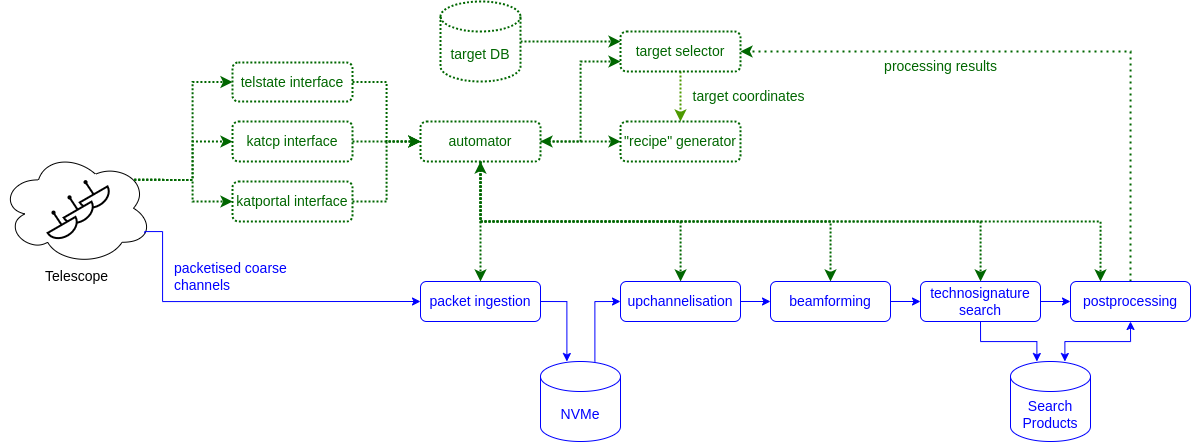
Earlier version of the draw.io export docs/figures/system_diagram.png (UCBerkeleySETI/commensal-automator). Source tidied: cells renumbered, new cells last; positions are measured from the earlier drawing's top-left corner, leaving out a move shared by most shapes.
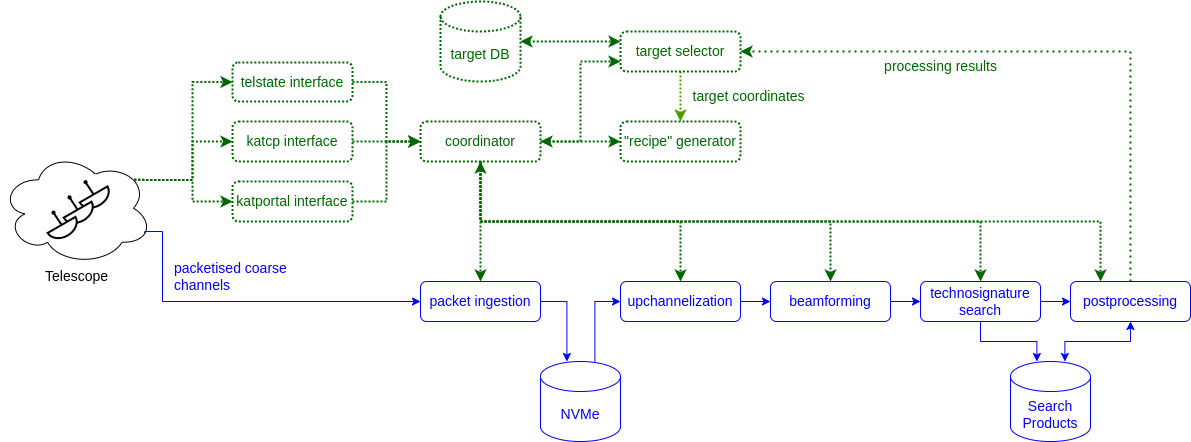
Above is the later version.

Commit message:
System description added.

Diff of the diagram source:
```diff
@@ -28,7 +28,7 @@
     <mxCell id="8" style="edgeStyle=orthogonalEdgeStyle;rounded=0;jettySize=auto;html=1;exitX=1;exitY=0.5;exitDx=0;exitDy=0;entryX=0;entryY=0.5;entryDx=0;entryDy=0;strokeColor=#0000FF;" parent="1" edge="1" source="9" target="11">
       <mxGeometry relative="1" as="geometry" />
     </mxCell>
-    <mxCell id="9" value="&lt;font style=&quot;font-size: 14px;&quot; color=&quot;#0000ff&quot;&gt;upchannelisation&lt;/font&gt;" style="rounded=1;whiteSpace=wrap;html=1;fillColor=none;strokeColor=#0000FF;" parent="1" vertex="1">
+    <mxCell id="9" value="&lt;font style=&quot;font-size: 14px;&quot; color=&quot;#0000ff&quot;&gt;upchannelization&lt;/font&gt;" style="rounded=1;whiteSpace=wrap;html=1;fillColor=none;strokeColor=#0000FF;" parent="1" vertex="1">
       <mxGeometry x="620" y="280" width="120" height="40" as="geometry" />
     </mxCell>
     <mxCell id="10" style="edgeStyle=orthogonalEdgeStyle;rounded=0;jettySize=auto;html=1;exitX=1;exitY=0.5;exitDx=0;exitDy=0;entryX=0;entryY=0.5;entryDx=0;entryDy=0;strokeColor=#0000FF;" parent="1" edge="1" source="11" target="13">
@@ -76,7 +76,7 @@
     <mxCell id="24" style="edgeStyle=orthogonalEdgeStyle;rounded=0;jettySize=auto;html=1;exitX=0.5;exitY=1;exitDx=0;exitDy=0;entryX=0.25;entryY=0;entryDx=0;entryDy=0;startArrow=classic;startFill=1;dashed=1;dashPattern=1 1;strokeColor=#006600;strokeWidth=2;" parent="1" edge="1" source="25" target="15">
       <mxGeometry relative="1" as="geometry" />
     </mxCell>
-    <mxCell id="25" value="&lt;font style=&quot;font-size: 14px;&quot; color=&quot;#006600&quot;&gt;automator&lt;/font&gt;" style="rounded=1;whiteSpace=wrap;html=1;fillColor=none;strokeColor=#006600;strokeWidth=2;dashed=1;dashPattern=1 1;" parent="1" vertex="1">
+    <mxCell id="25" value="&lt;font style=&quot;font-size: 14px;&quot; color=&quot;#006600&quot;&gt;coordinator&lt;/font&gt;" style="rounded=1;whiteSpace=wrap;html=1;fillColor=none;strokeColor=#006600;strokeWidth=2;dashed=1;dashPattern=1 1;" parent="1" vertex="1">
       <mxGeometry x="420" y="120" width="120" height="40" as="geometry" />
     </mxCell>
     <mxCell id="26" style="edgeStyle=orthogonalEdgeStyle;rounded=0;jettySize=auto;html=1;exitX=0.5;exitY=1;exitDx=0;exitDy=0;entryX=0.5;entryY=0;entryDx=0;entryDy=0;strokeColor=#4D9900;strokeWidth=2;dashed=1;dashPattern=1 1;" parent="1" edge="1" source="27" target="30">
@@ -85,7 +85,7 @@
     <mxCell id="27" value="&lt;font color=&quot;#006600&quot; style=&quot;font-size: 14px;&quot;&gt;target selector&lt;/font&gt;" style="rounded=1;whiteSpace=wrap;html=1;fillColor=none;strokeColor=#006600;strokeWidth=2;dashed=1;dashPattern=1 1;" parent="1" vertex="1">
       <mxGeometry x="620" y="30" width="120" height="40" as="geometry" />
     </mxCell>
-    <mxCell id="28" style="edgeStyle=orthogonalEdgeStyle;rounded=0;jettySize=auto;html=1;exitX=1;exitY=0.5;exitDx=0;exitDy=0;exitPerimeter=0;entryX=0;entryY=0.25;entryDx=0;entryDy=0;dashed=1;dashPattern=1 1;strokeWidth=2;strokeColor=#006600;" parent="1" edge="1" source="29" target="27">
+    <mxCell id="28" style="edgeStyle=orthogonalEdgeStyle;rounded=0;jettySize=auto;html=1;exitX=1;exitY=0.5;exitDx=0;exitDy=0;exitPerimeter=0;entryX=0;entryY=0.25;entryDx=0;entryDy=0;dashed=1;dashPattern=1 1;strokeWidth=2;strokeColor=#006600;startArrow=classic;startFill=1;" parent="1" edge="1" source="29" target="27">
       <mxGeometry relative="1" as="geometry" />
     </mxCell>
     <mxCell id="29" value="&lt;font color=&quot;#006600&quot; style=&quot;font-size: 14px;&quot;&gt;target DB&lt;/font&gt;" style="shape=cylinder3;whiteSpace=wrap;html=1;boundedLbl=1;backgroundOutline=1;size=15;strokeColor=#006600;strokeWidth=2;dashed=1;dashPattern=1 1;" parent="1" vertex="1">
```
